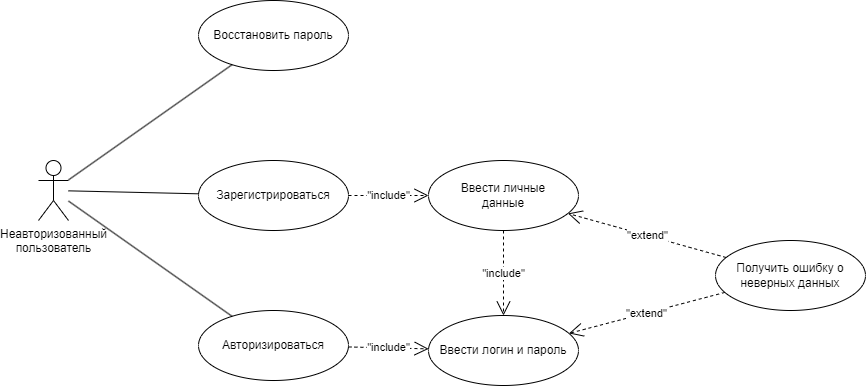
Before: Diagrams/UseCaseDiagrams/usecase_no_aftorize.png, a diagram exported from draw.io (LUFFPUFF/TPProduct). Source tidied: cells renumbered, new cells last; positions are measured from the earlier drawing's top-left corner, leaving out a move shared by most shapes. Its diagram source:
```xml
<mxGraphModel background="#ffffff">
  <root>
    <mxCell id="0" />
    <mxCell id="1" parent="0" />
    <mxCell id="2" value="Неавторизованный&lt;br&gt;пользователь" style="shape=umlActor;verticalLabelPosition=bottom;verticalAlign=top;html=1;outlineConnect=0;" parent="1" vertex="1">
      <mxGeometry y="160" width="30" height="60" as="geometry" />
    </mxCell>
    <mxCell id="3" value="Восстановить пароль" style="ellipse;whiteSpace=wrap;html=1;" parent="1" vertex="1">
      <mxGeometry x="160" width="150" height="70" as="geometry" />
    </mxCell>
    <mxCell id="4" value="Зарегистрироваться" style="ellipse;whiteSpace=wrap;html=1;" parent="1" vertex="1">
      <mxGeometry x="160" y="160" width="150" height="70" as="geometry" />
    </mxCell>
    <mxCell id="5" value="Авторизироваться" style="ellipse;whiteSpace=wrap;html=1;" parent="1" vertex="1">
      <mxGeometry x="160" y="310" width="150" height="70" as="geometry" />
    </mxCell>
    <mxCell id="6" value="Ввести личные&lt;br&gt;данные" style="ellipse;whiteSpace=wrap;html=1;" parent="1" vertex="1">
      <mxGeometry x="390" y="160" width="150" height="70" as="geometry" />
    </mxCell>
    <mxCell id="7" value="Ввести логин и пароль" style="ellipse;whiteSpace=wrap;html=1;" parent="1" vertex="1">
      <mxGeometry x="390" y="315" width="150" height="70" as="geometry" />
    </mxCell>
    <mxCell id="8" value="&quot;include&quot;" style="endArrow=open;endSize=12;dashed=1;html=1;rounded=0;" parent="1" edge="1" source="6" target="7">
      <mxGeometry relative="1" as="geometry" />
    </mxCell>
    <mxCell id="9" value="&quot;include&quot;" style="endArrow=open;endSize=12;dashed=1;html=1;rounded=0;" parent="1" edge="1" source="5" target="7">
      <mxGeometry relative="1" as="geometry" />
    </mxCell>
    <mxCell id="10" value="&quot;include&quot;" style="endArrow=open;endSize=12;dashed=1;html=1;rounded=0;" parent="1" edge="1" source="4" target="6">
      <mxGeometry relative="1" as="geometry" />
    </mxCell>
    <mxCell id="11" value="Получить ошибку о неверных данных" style="ellipse;whiteSpace=wrap;html=1;" parent="1" vertex="1">
      <mxGeometry x="677" y="240" width="150" height="70" as="geometry" />
    </mxCell>
    <mxCell id="12" value="&quot;extend&quot;" style="endArrow=open;endSize=12;dashed=1;html=1;rounded=0;" parent="1" edge="1" source="11" target="7">
      <mxGeometry relative="1" as="geometry" />
    </mxCell>
    <mxCell id="13" value="&quot;extend&quot;" style="endArrow=open;endSize=12;dashed=1;html=1;rounded=0;" parent="1" edge="1" source="11" target="6">
      <mxGeometry relative="1" as="geometry" />
    </mxCell>
    <mxCell id="14" style="endArrow=none;html=1;rounded=0;" parent="1" edge="1" source="2" target="3">
      <mxGeometry relative="1" as="geometry" />
    </mxCell>
    <mxCell id="15" style="endArrow=none;html=1;rounded=0;" parent="1" edge="1" source="2" target="5">
      <mxGeometry relative="1" as="geometry" />
    </mxCell>
    <mxCell id="16" style="endArrow=none;html=1;rounded=0;" parent="1" edge="1" source="2" target="4">
      <mxGeometry relative="1" as="geometry" />
    </mxCell>
  </root>
</mxGraphModel>
```
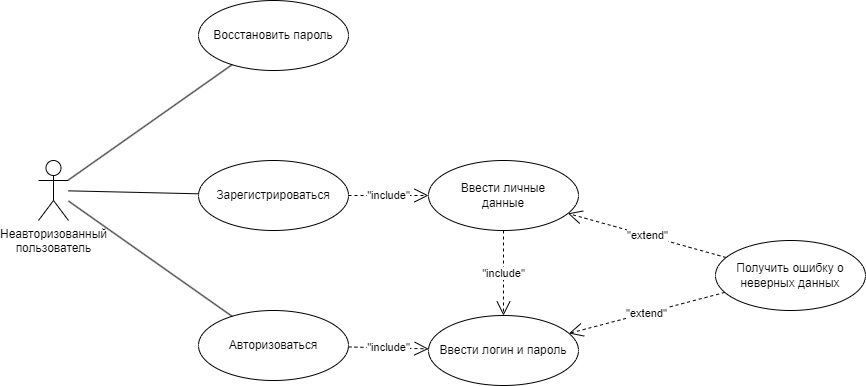
The same file after the commit.

Change to the diagram source:
```diff
@@ -11,7 +11,7 @@
     <mxCell id="4" value="Зарегистрироваться" style="ellipse;whiteSpace=wrap;html=1;" parent="1" vertex="1">
       <mxGeometry x="160" y="160" width="150" height="70" as="geometry" />
     </mxCell>
-    <mxCell id="5" value="Авторизироваться" style="ellipse;whiteSpace=wrap;html=1;" parent="1" vertex="1">
+    <mxCell id="5" value="Авторизоваться" style="ellipse;whiteSpace=wrap;html=1;" parent="1" vertex="1">
       <mxGeometry x="160" y="310" width="150" height="70" as="geometry" />
     </mxCell>
     <mxCell id="6" value="Ввести личные&lt;br&gt;данные" style="ellipse;whiteSpace=wrap;html=1;" parent="1" vertex="1">
```
